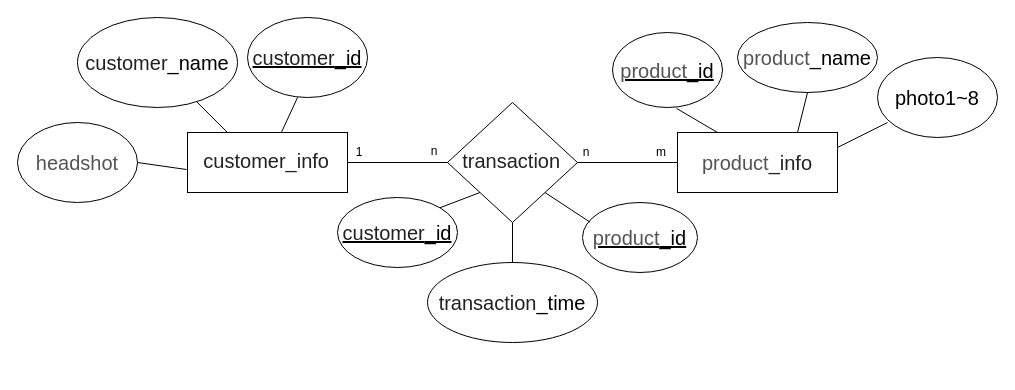
Above: W3 Homework/ER圖.drawio in Daisy116/MySQL (draw.io), before the change. Source tidied: cells renumbered, new cells numbered last; positions are measured from the earlier drawing's top-left corner, leaving out a move shared by most shapes. Both pictures are drawn from the tidied source at 100%, with x=0, y=0 at pixel (17, 17).
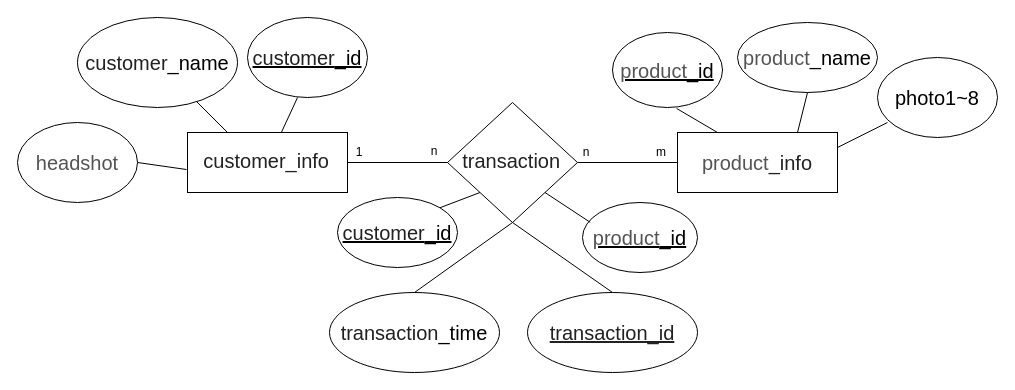
After the change.

The change refers to these unchanged cells:
```xml
<mxCell id="8" value="&lt;pre class=&quot;tw-data-text tw-ta tw-text-large&quot; id=&quot;tw-target-text&quot; style=&quot;line-height: 44px ; margin-top: 0px ; margin-bottom: 0px ; border: none ; padding: 0px 0.14em 0px 0px ; position: relative ; resize: none ; font-family: inherit ; overflow: hidden ; width: 283px ; white-space: pre-wrap ; overflow-wrap: break-word ; color: rgb(34 , 34 , 34)&quot;&gt;&lt;span tabindex=&quot;0&quot; lang=&quot;en&quot;&gt;&lt;font style=&quot;font-size: 20px&quot;&gt;transaction&lt;/font&gt;&lt;/span&gt;&lt;/pre&gt;" style="rhombus;whiteSpace=wrap;html=1;" parent="1" vertex="1">
  <mxGeometry x="430" y="85" width="130" height="120" as="geometry" />
</mxCell>
```

Diff of the diagram source:
```diff
@@
     <mxCell id="11" value="&lt;font style=&quot;font-size: 20px&quot;&gt;&lt;span style=&quot;color: rgb(34 , 34 , 34) ; font-family: inherit ; white-space: pre-wrap&quot;&gt;transaction&lt;/span&gt;_time&lt;/font&gt;" style="ellipse;whiteSpace=wrap;html=1;align=center;" parent="1" vertex="1">
-      <mxGeometry x="410" y="245" width="170" height="80" as="geometry" />
+      <mxGeometry x="312" y="275" width="170" height="80" as="geometry" />
     </mxCell>
@@
+    <mxCell id="29" value="&lt;font color=&quot;#222222&quot;&gt;&lt;span style=&quot;font-size: 20px ; white-space: pre-wrap&quot;&gt;&lt;u&gt;transaction_id&lt;/u&gt;&lt;/span&gt;&lt;/font&gt;" style="ellipse;whiteSpace=wrap;html=1;align=center;" parent="1" vertex="1">
+      <mxGeometry x="510" y="275" width="170" height="80" as="geometry" />
+    </mxCell>
+    <mxCell id="30" style="endArrow=none;html=1;entryX=0.5;entryY=0;entryDx=0;entryDy=0;exitX=0.5;exitY=1;exitDx=0;exitDy=0;" parent="1" edge="1" source="8" target="29">
+      <mxGeometry relative="1" as="geometry" />
+    </mxCell>
```
